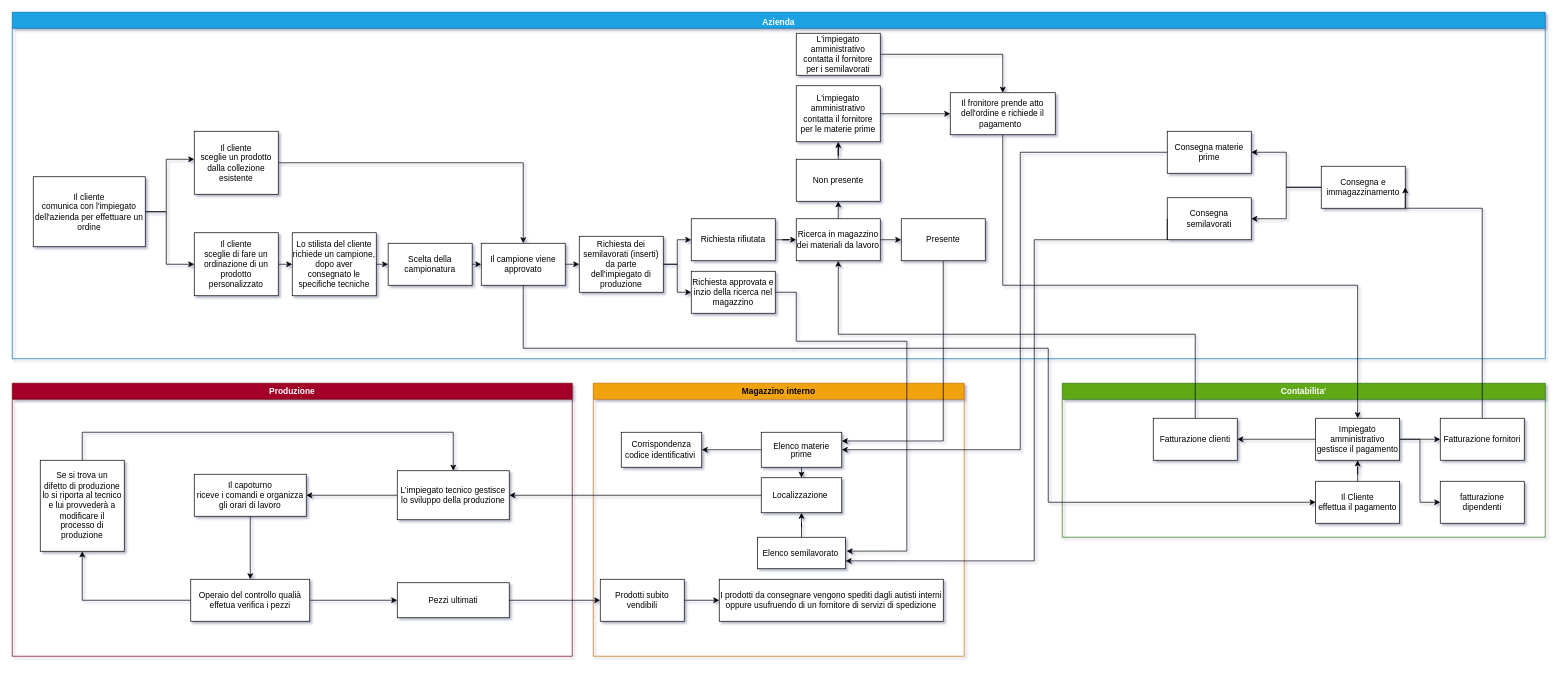
This is 1)Analisi dei requisiti/1.2.1)Analisi dei processi interni 2.0.drawio from mikecostanzi/ProgettoBasiDati, a draw.io file, before an edit. Source tidied: cells renumbered, new cells numbered last; positions are measured from the earlier drawing's top-left corner, leaving out a move shared by most shapes. Both pictures are drawn from the tidied source at 70%, with x=0, y=0 at pixel (12, 12).
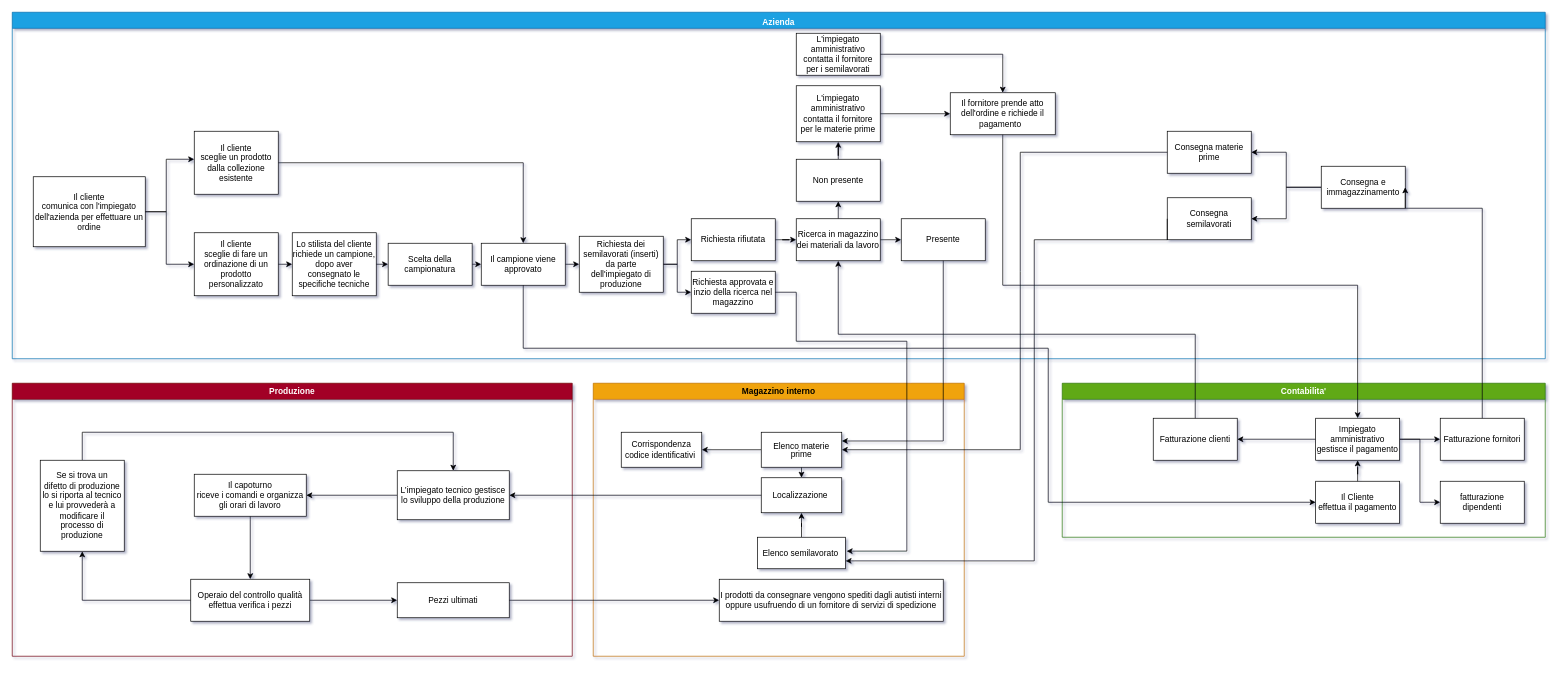
The same diagram, later.

Commit message (it also covers changes not shown here):
piccole modifiche

Unchanged cells that the change refers to:
```xml
<mxCell id="2" value="Azienda&#10;" style="swimlane;fillColor=#1ba1e2;fontColor=#ffffff;strokeColor=#006EAF;verticalAlign=top;" parent="1" vertex="1">
  <mxGeometry width="2190" height="495" as="geometry" />
</mxCell>
<mxCell id="48" value="Produzione" style="swimlane;fillColor=#a20025;fontColor=#ffffff;strokeColor=#6F0000;" parent="1" vertex="1">
  <mxGeometry y="530" width="800" height="390" as="geometry" />
</mxCell>
<mxCell id="53" value="&lt;p class=&quot;MsoListParagraph&quot;&gt;Pezzi ultimati&lt;/p&gt;" style="rounded=0;whiteSpace=wrap;html=1;" parent="48" vertex="1">
  <mxGeometry x="550" y="285" width="160" height="50" as="geometry" />
</mxCell>
<mxCell id="59" value="Magazzino interno" style="swimlane;rounded=0;fillColor=#f0a30a;fontColor=#000000;strokeColor=#BD7000;startSize=23;" parent="1" vertex="1">
  <mxGeometry x="830" y="530" width="530" height="390" as="geometry" />
</mxCell>
<mxCell id="67" value="&lt;p class=&quot;MsoListParagraph&quot;&gt;&lt;span&gt;I prodotti da consegnare vengono spediti dagli autisti interni oppure usufruendo di un fornitore di servizi di spedizione&lt;/span&gt;&lt;/p&gt;" style="rounded=0;whiteSpace=wrap;html=1;" parent="59" vertex="1">
  <mxGeometry x="180" y="280" width="320" height="60" as="geometry" />
</mxCell>
```

Change to the diagram source:
```diff
@@
-    <mxCell id="24" value="Il fronitore prende atto dell'ordine e richiede il pagamento&amp;nbsp;&amp;nbsp;" style="rounded=0;whiteSpace=wrap;html=1;" parent="2" vertex="1">
+    <mxCell id="24" value="Il fornitore prende atto dell'ordine e richiede il pagamento&amp;nbsp;&amp;nbsp;" style="rounded=0;whiteSpace=wrap;html=1;" parent="2" vertex="1">
       <mxGeometry x="1340" y="115" width="150" height="60" as="geometry" />
     </mxCell>
@@
-    <mxCell id="58" value="&lt;p class=&quot;MsoListParagraph&quot;&gt;Operaio del controllo qualià effetua verifica i pezzi&lt;/p&gt;" style="rounded=0;whiteSpace=wrap;html=1;" parent="48" vertex="1">
+    <mxCell id="58" value="&lt;p class=&quot;MsoListParagraph&quot;&gt;Operaio del controllo qualità effettua verifica i pezzi&lt;/p&gt;" style="rounded=0;whiteSpace=wrap;html=1;" parent="48" vertex="1">
       <mxGeometry x="255" y="280" width="170" height="60" as="geometry" />
     </mxCell>
@@
-    <mxCell id="68" style="edgeStyle=orthogonalEdgeStyle;rounded=0;jettySize=auto;html=1;entryX=0;entryY=0.5;entryDx=0;entryDy=0;" parent="59" edge="1" source="69" target="67">
-      <mxGeometry relative="1" as="geometry" />
-    </mxCell>
-    <mxCell id="69" value="Prodotti subito vendibili" style="rounded=0;whiteSpace=wrap;html=1;" parent="59" vertex="1">
-      <mxGeometry x="10" y="280" width="120" height="60" as="geometry" />
-    </mxCell>
@@
-    <mxCell id="75" style="edgeStyle=orthogonalEdgeStyle;rounded=0;jettySize=auto;html=1;entryX=0;entryY=0.5;entryDx=0;entryDy=0;" parent="1" edge="1" source="53" target="69">
+    <mxCell id="75" style="edgeStyle=orthogonalEdgeStyle;rounded=0;jettySize=auto;html=1;entryX=0;entryY=0.5;entryDx=0;entryDy=0;" parent="1" edge="1" source="53" target="67">
       <mxGeometry relative="1" as="geometry" />
     </mxCell>
```
